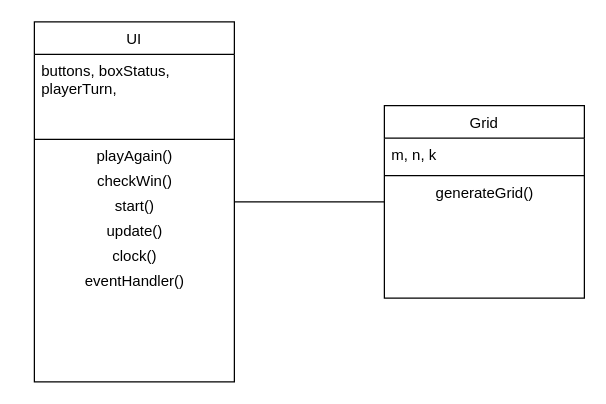
This is PA2/Diagrams/UML.drawio from jeremiahbaclig/Software-Engineering, a draw.io file, before an edit. Source tidied: cells renumbered, new cells numbered last; positions are measured from the earlier drawing's top-left corner, leaving out a move shared by most shapes. Both pictures are drawn from the tidied source at 125%, with x=0, y=0 at pixel (34, 21).
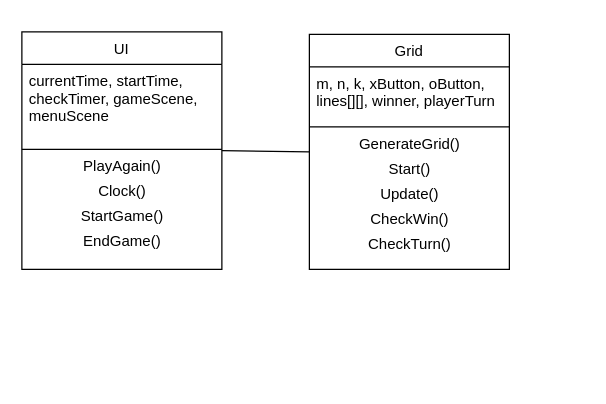
After the change.

Commit message (it also covers changes not shown here):
UML (forgot to push)

The edit, as a diff of the source:
```diff
@@
 <mxGraphModel>
   <root>
     <mxCell id="0" />
     <mxCell id="1" parent="0" />
     <mxCell id="2" value="UI" style="swimlane;fontStyle=0;align=center;verticalAlign=top;horizontal=1;startSize=26;rounded=0;shadow=0;strokeWidth=1;" parent="1" vertex="1">
-      <mxGeometry width="160" height="288" as="geometry" />
+      <mxGeometry x="-10" y="8" width="160" height="190" as="geometry" />
     </mxCell>
-    <mxCell id="3" value="buttons, boxStatus, &#10;playerTurn, " style="text;align=left;verticalAlign=top;spacingLeft=4;spacingRight=4;overflow=hidden;" parent="2" vertex="1">
+    <mxCell id="3" value="currentTime, startTime, &#10;checkTimer, gameScene, &#10;menuScene" style="text;align=left;verticalAlign=top;spacingLeft=4;spacingRight=4;overflow=hidden;" parent="2" vertex="1">
       <mxGeometry y="26" width="160" height="64" as="geometry" />
     </mxCell>
     <mxCell id="4" style="line;html=1;strokeWidth=1;align=left;verticalAlign=middle;spacingTop=-1;spacingLeft=3;spacingRight=3;labelPosition=right;" parent="2" vertex="1">
       <mxGeometry y="90" width="160" height="8" as="geometry" />
     </mxCell>
-    <mxCell id="5" value="playAgain()" style="text;html=1;align=center;verticalAlign=middle;" parent="2" vertex="1">
+    <mxCell id="5" value="PlayAgain()" style="text;html=1;align=center;verticalAlign=middle;" parent="2" vertex="1">
       <mxGeometry y="98" width="160" height="20" as="geometry" />
     </mxCell>
-    <mxCell id="6" value="checkWin()" style="text;html=1;align=center;verticalAlign=middle;" parent="2" vertex="1">
-      <mxGeometry y="118" width="160" height="20" as="geometry" />
-    </mxCell>
-    <mxCell id="7" value="start()" style="text;html=1;align=center;verticalAlign=middle;" parent="2" vertex="1">
-      <mxGeometry y="138" width="160" height="20" as="geometry" />
-    </mxCell>
-    <mxCell id="8" value="update()" style="text;html=1;align=center;verticalAlign=middle;" parent="2" vertex="1">
-      <mxGeometry y="158" width="160" height="20" as="geometry" />
-    </mxCell>
-    <mxCell id="9" value="clock()" style="text;html=1;align=center;verticalAlign=middle;" parent="2" vertex="1">
-      <mxGeometry y="178" width="160" height="20" as="geometry" />
+    <mxCell id="9" value="Clock()" style="text;html=1;align=center;verticalAlign=middle;" parent="2" vertex="1">
+      <mxGeometry y="118" width="160" height="20" as="geometry" />
     </mxCell>
-    <mxCell id="10" value="eventHandler()" style="text;html=1;align=center;verticalAlign=middle;" parent="2" vertex="1">
-      <mxGeometry y="198" width="160" height="20" as="geometry" />
-    </mxCell>
+    <mxCell id="16" value="StartGame()" style="text;html=1;align=center;verticalAlign=middle;" parent="2" vertex="1">
+      <mxGeometry y="138" width="160" height="20" as="geometry" />
+    </mxCell>
+    <mxCell id="17" value="EndGame()" style="text;html=1;align=center;verticalAlign=middle;" parent="2" vertex="1">
+      <mxGeometry y="158" width="160" height="20" as="geometry" />
+    </mxCell>
     <mxCell id="11" value="Grid" style="swimlane;fontStyle=0;align=center;verticalAlign=top;horizontal=1;startSize=26;rounded=0;shadow=0;strokeWidth=1;" parent="1" vertex="1">
-      <mxGeometry x="280" y="67" width="160" height="154" as="geometry" />
+      <mxGeometry x="220" y="10" width="160" height="188" as="geometry" />
     </mxCell>
-    <mxCell id="12" value="m, n, k" style="text;align=left;verticalAlign=top;spacingLeft=4;spacingRight=4;overflow=hidden;" parent="11" vertex="1">
-      <mxGeometry y="26" width="160" height="26" as="geometry" />
+    <mxCell id="12" value="m, n, k, xButton, oButton, &#10;lines[][], winner, playerTurn" style="text;align=left;verticalAlign=top;spacingLeft=4;spacingRight=4;overflow=hidden;" parent="11" vertex="1">
+      <mxGeometry y="26" width="160" height="44" as="geometry" />
     </mxCell>
     <mxCell id="13" style="line;html=1;strokeWidth=1;align=left;verticalAlign=middle;spacingTop=-1;spacingLeft=3;spacingRight=3;labelPosition=right;" parent="11" vertex="1">
-      <mxGeometry y="52" width="160" height="8" as="geometry" />
+      <mxGeometry y="70" width="160" height="8" as="geometry" />
     </mxCell>
-    <mxCell id="14" value="generateGrid()" style="text;html=1;align=center;verticalAlign=middle;" parent="11" vertex="1">
-      <mxGeometry y="60" width="160" height="20" as="geometry" />
+    <mxCell id="14" value="GenerateGrid()" style="text;html=1;align=center;verticalAlign=middle;" parent="11" vertex="1">
+      <mxGeometry y="78" width="160" height="20" as="geometry" />
     </mxCell>
+    <mxCell id="7" value="Start()" style="text;html=1;align=center;verticalAlign=middle;" parent="11" vertex="1">
+      <mxGeometry y="98" width="160" height="20" as="geometry" />
+    </mxCell>
+    <mxCell id="8" value="Update()" style="text;html=1;align=center;verticalAlign=middle;" parent="11" vertex="1">
+      <mxGeometry y="118" width="160" height="20" as="geometry" />
+    </mxCell>
+    <mxCell id="6" value="CheckWin()" style="text;html=1;align=center;verticalAlign=middle;" parent="11" vertex="1">
+      <mxGeometry y="138" width="160" height="20" as="geometry" />
+    </mxCell>
+    <mxCell id="18" value="CheckTurn()" style="text;html=1;align=center;verticalAlign=middle;" parent="11" vertex="1">
+      <mxGeometry y="158" width="160" height="20" as="geometry" />
+    </mxCell>
     <mxCell id="15" style="endArrow=none;html=1;entryX=0;entryY=0.5;entryDx=0;entryDy=0;exitX=1;exitY=0.5;exitDx=0;exitDy=0;" parent="1" edge="1" source="2" target="11">
       <mxGeometry relative="1" as="geometry" />
     </mxCell>
   </root>
 </mxGraphModel>
```
